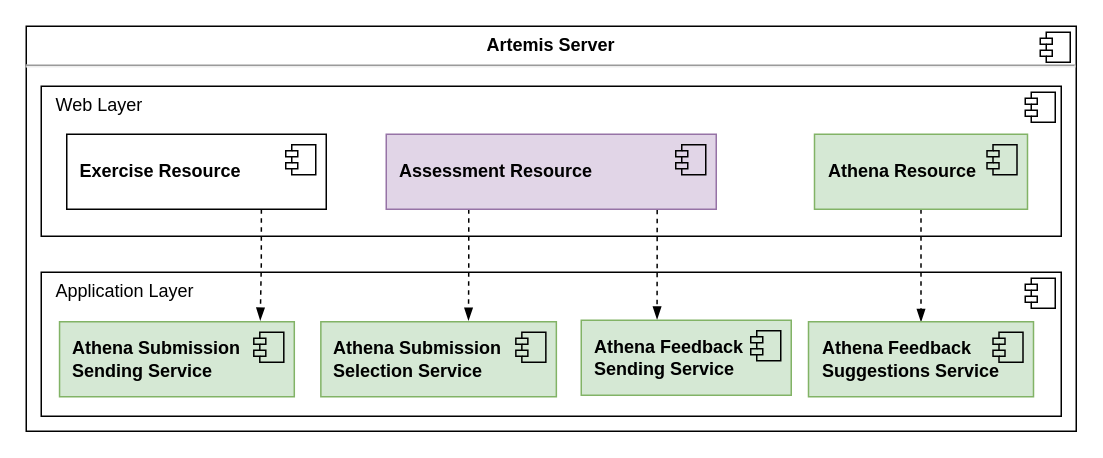
Earlier version of the draw.io diagram page "artemis-server-presentation" (6 of 11) of figures/src/subsystem-decomposition.drawio (pal03377/master-thesis). Source tidied: cells renumbered, new cells numbered last; positions are measured from the earlier drawing's top-left corner, leaving out a move shared by most shapes. Both pictures are drawn from the tidied source at 150%, with x=0, y=0 at pixel (26, 26).
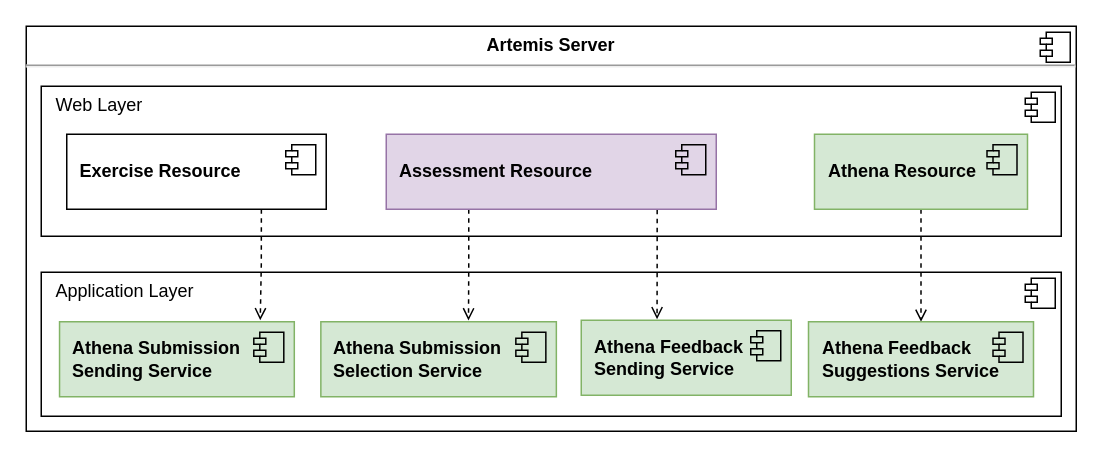
The same diagram, later.

The change refers to these unchanged cells:
```xml
<mxCell id="9" value="&lt;b&gt;Athena Resource&lt;/b&gt;" style="html=1;whiteSpace=wrap;align=left;spacingLeft=7;fillColor=#d5e8d4;strokeColor=#82b366;" parent="1" vertex="1">
  <mxGeometry x="525.5" y="72" width="142" height="50" as="geometry" />
</mxCell>
<mxCell id="13" value="&lt;b&gt;Assessment Resource&lt;/b&gt;" style="html=1;whiteSpace=wrap;align=left;spacingLeft=7;fillColor=#e1d5e7;strokeColor=#9673a6;" parent="1" vertex="1">
  <mxGeometry x="240" y="72" width="220" height="50" as="geometry" />
</mxCell>
<mxCell id="17" value="&lt;b&gt;Athena Submission Selection Service&lt;/b&gt;" style="html=1;whiteSpace=wrap;align=left;spacingLeft=7;fillColor=#d5e8d4;strokeColor=#82b366;" parent="1" vertex="1">
  <mxGeometry x="196.4" y="197" width="157" height="50" as="geometry" />
</mxCell>
<mxCell id="19" value="&lt;b&gt;Athena Feedback &lt;br&gt;Sending Service&lt;/b&gt;" style="html=1;whiteSpace=wrap;align=left;spacingLeft=7;fillColor=#d5e8d4;strokeColor=#82b366;" parent="1" vertex="1">
  <mxGeometry x="370" y="196" width="140" height="50" as="geometry" />
</mxCell>
<mxCell id="21" value="&lt;b&gt;Athena Feedback &lt;br&gt;Suggestions Service&lt;/b&gt;" style="html=1;whiteSpace=wrap;align=left;spacingLeft=7;fillColor=#d5e8d4;strokeColor=#82b366;" parent="1" vertex="1">
  <mxGeometry x="521.5" y="197" width="150" height="50" as="geometry" />
</mxCell>
<mxCell id="24" value="&lt;b&gt;Exercise Resource&lt;/b&gt;" style="html=1;whiteSpace=wrap;align=left;spacingLeft=7;" parent="1" vertex="1">
  <mxGeometry x="27" y="72" width="173" height="50" as="geometry" />
</mxCell>
```

The edit, as a diff of the source:
```diff
@@
-    <mxCell id="8" style="edgeStyle=orthogonalEdgeStyle;rounded=0;jettySize=auto;html=1;exitX=0.5;exitY=1;exitDx=0;exitDy=0;entryX=0.5;entryY=0;entryDx=0;entryDy=0;endArrow=blockThin;endFill=1;dashed=1;" parent="1" edge="1" source="9" target="21">
+    <mxCell id="8" style="edgeStyle=orthogonalEdgeStyle;rounded=0;jettySize=auto;html=1;exitX=0.5;exitY=1;exitDx=0;exitDy=0;entryX=0.5;entryY=0;entryDx=0;entryDy=0;endArrow=open;endFill=0;dashed=1;" parent="1" edge="1" source="9" target="21">
       <mxGeometry relative="1" as="geometry" />
     </mxCell>
@@
-    <mxCell id="11" style="edgeStyle=orthogonalEdgeStyle;rounded=0;jettySize=auto;html=1;exitX=0.821;exitY=1.006;exitDx=0;exitDy=0;entryX=0.361;entryY=-0.014;entryDx=0;entryDy=0;entryPerimeter=0;exitPerimeter=0;endArrow=blockThin;endFill=1;dashed=1;" parent="1" edge="1" source="13" target="19">
+    <mxCell id="11" style="edgeStyle=orthogonalEdgeStyle;rounded=0;jettySize=auto;html=1;exitX=0.821;exitY=1.006;exitDx=0;exitDy=0;entryX=0.361;entryY=-0.014;entryDx=0;entryDy=0;entryPerimeter=0;exitPerimeter=0;endArrow=open;endFill=0;dashed=1;" parent="1" edge="1" source="13" target="19">
       <mxGeometry relative="1" as="geometry" />
     </mxCell>
-    <mxCell id="12" style="edgeStyle=orthogonalEdgeStyle;rounded=0;jettySize=auto;html=1;exitX=0.25;exitY=1;exitDx=0;exitDy=0;entryX=0.627;entryY=-0.018;entryDx=0;entryDy=0;endArrow=blockThin;endFill=1;entryPerimeter=0;dashed=1;" parent="1" edge="1" source="13" target="17">
+    <mxCell id="12" style="edgeStyle=orthogonalEdgeStyle;rounded=0;jettySize=auto;html=1;exitX=0.25;exitY=1;exitDx=0;exitDy=0;entryX=0.627;entryY=-0.018;entryDx=0;entryDy=0;endArrow=open;endFill=0;entryPerimeter=0;dashed=1;" parent="1" edge="1" source="13" target="17">
       <mxGeometry relative="1" as="geometry" />
     </mxCell>
@@
-    <mxCell id="23" style="edgeStyle=orthogonalEdgeStyle;rounded=0;jettySize=auto;html=1;exitX=0.75;exitY=1;exitDx=0;exitDy=0;entryX=0.856;entryY=-0.06;entryDx=0;entryDy=0;entryPerimeter=0;endArrow=blockThin;endFill=1;dashed=1;" parent="1" edge="1" source="24">
+    <mxCell id="23" style="edgeStyle=orthogonalEdgeStyle;rounded=0;jettySize=auto;html=1;exitX=0.75;exitY=1;exitDx=0;exitDy=0;entryX=0.856;entryY=-0.06;entryDx=0;entryDy=0;entryPerimeter=0;endArrow=open;endFill=0;dashed=1;" parent="1" edge="1" source="24">
       <mxGeometry relative="1" as="geometry">
         <mxPoint x="156" y="196" as="targetPoint" />
       </mxGeometry>
     </mxCell>
```
